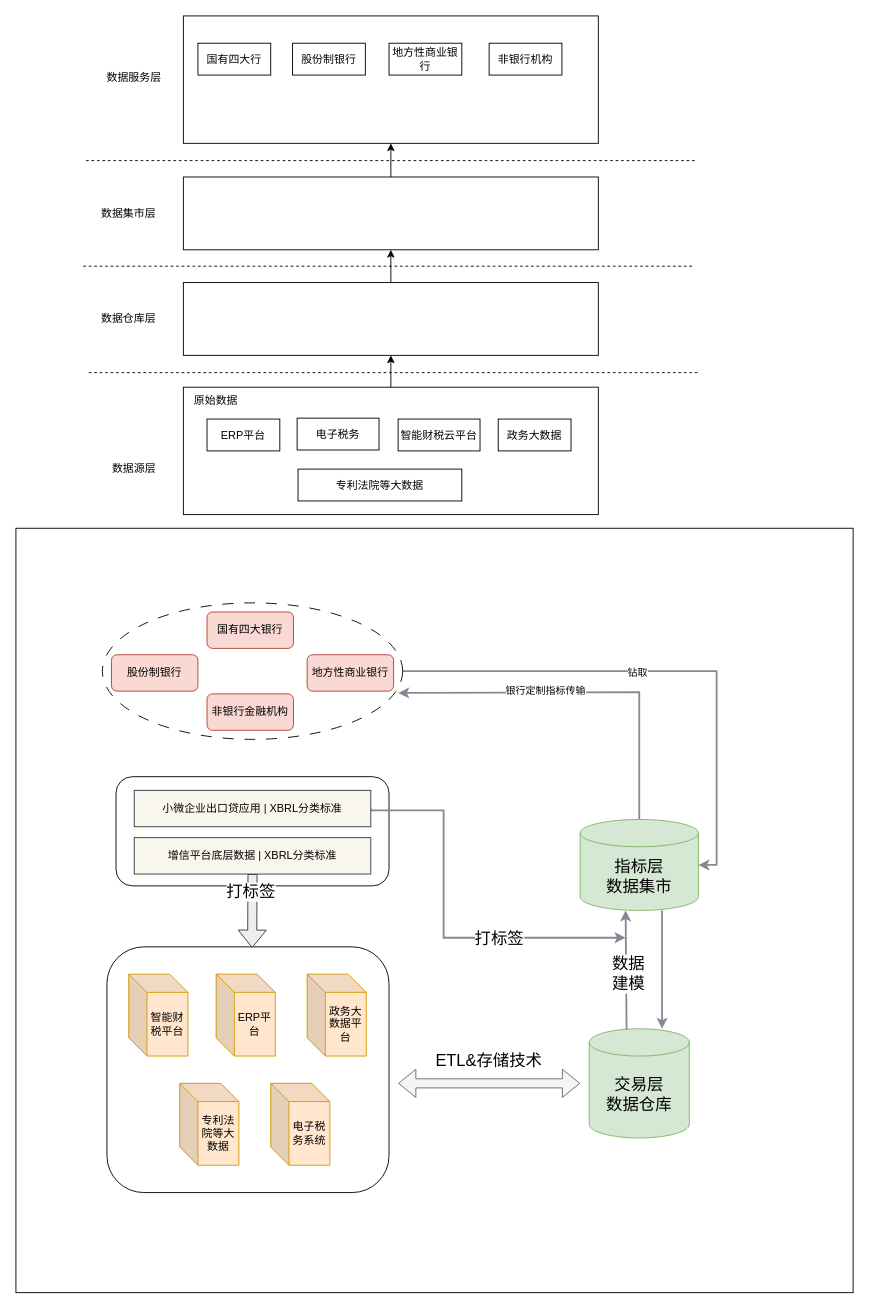
789489498/kafka-trunk keeps this draw.io diagram as page "第 13 页" (13 of 13) of 未命名绘图.drawio. Above is the earlier version. Source tidied: cells renumbered, new cells numbered last; positions are measured from the earlier drawing's top-left corner, leaving out a move shared by most shapes. Both pictures are drawn from the tidied source at 91%, with x=0, y=0 at pixel (15, 15).
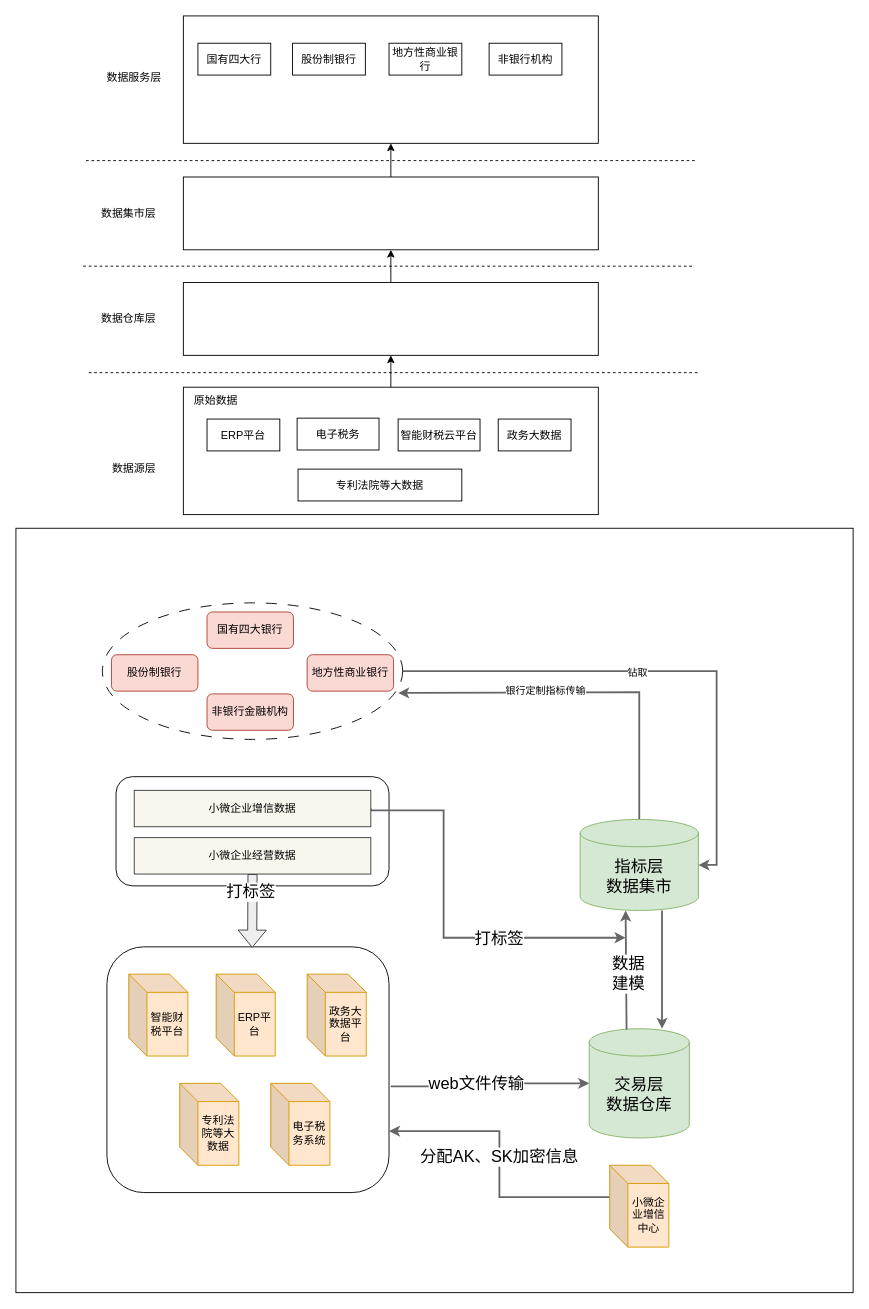
The same page after the edit.

Commit message:
更新未命名绘图.drawio

The change refers to these unchanged cells:
```xml
<mxCell id="4" style="rounded=1;whiteSpace=wrap;html=1;" parent="1" vertex="1">
  <mxGeometry x="100" y="1023" width="310" height="270" as="geometry" />
</mxCell>
<mxCell id="43" value="指标层&lt;br&gt;数据集市" style="shape=cylinder3;whiteSpace=wrap;html=1;boundedLbl=1;backgroundOutline=1;size=15;fontSize=18;fillColor=#d5e8d4;strokeColor=#82b366;" parent="1" vertex="1">
  <mxGeometry x="620" y="883" width="130" height="100" as="geometry" />
</mxCell>
<mxCell id="49" style="ellipse;whiteSpace=wrap;html=1;dashed=1;dashPattern=12 12;" parent="1" vertex="1">
  <mxGeometry x="95" y="645" width="330" height="150" as="geometry" />
</mxCell>
```

Change to the diagram source:
```diff
@@
+    <mxCell id="56" style="edgeStyle=orthogonalEdgeStyle;rounded=0;jettySize=auto;html=1;exitX=1.006;exitY=0.568;exitDx=0;exitDy=0;exitPerimeter=0;strokeWidth=2;fillColor=#f5f5f5;strokeColor=#666666;" parent="1" edge="1" source="4" target="29">
+      <mxGeometry relative="1" as="geometry" />
+    </mxCell>
+    <mxCell id="57" value="web文件传输" style="edgeLabel;html=1;align=center;verticalAlign=middle;fontSize=18;" parent="56" vertex="1">
+      <mxGeometry x="-0.15" y="3" relative="1" as="geometry" />
+    </mxCell>
@@
-    <mxCell id="29" value="交易层&lt;br style=&quot;font-size: 18px;&quot;&gt;数据仓库" style="shape=cylinder3;whiteSpace=wrap;html=1;boundedLbl=1;backgroundOutline=1;size=15;fontSize=18;fillColor=#d5e8d4;strokeColor=#82b366;" parent="1" vertex="1">
+    <mxCell id="29" value="交易层&lt;br&gt;数据仓库" style="shape=cylinder3;whiteSpace=wrap;html=1;boundedLbl=1;backgroundOutline=1;size=15;fontSize=18;fillColor=#d5e8d4;strokeColor=#82b366;" parent="1" vertex="1">
       <mxGeometry x="630" y="1113" width="110" height="120" as="geometry" />
     </mxCell>
@@
-    <mxCell id="35" style="edgeStyle=orthogonalEdgeStyle;rounded=0;jettySize=auto;html=1;exitX=1;exitY=0.5;exitDx=0;exitDy=0;fontSize=18;strokeWidth=2;fillColor=#eeeeee;strokeColor=#838A94;" parent="1" edge="1" source="37">
+    <mxCell id="35" style="edgeStyle=orthogonalEdgeStyle;rounded=0;jettySize=auto;html=1;exitX=1;exitY=0.5;exitDx=0;exitDy=0;fontSize=18;strokeWidth=2;fillColor=#f5f5f5;strokeColor=#666666;" parent="1" edge="1" source="37">
       <mxGeometry relative="1" as="geometry">
         <mxPoint x="670" y="1013" as="targetPoint" />
         <Array as="points">
           <mxPoint x="470" y="873" />
           <mxPoint x="470" y="1013" />
         </Array>
       </mxGeometry>
     </mxCell>
@@
-    <mxCell id="37" value="小微企业出口贷应用 | XBRL分类标准" style="rounded=0;whiteSpace=wrap;html=1;fillColor=#f9f7ed;strokeColor=#36393d;" parent="1" vertex="1">
+    <mxCell id="37" value="小微企业增信数据" style="rounded=0;whiteSpace=wrap;html=1;fillColor=#f9f7ed;strokeColor=#36393d;" parent="1" vertex="1">
       <mxGeometry x="130" y="851" width="260" height="40" as="geometry" />
     </mxCell>
-    <mxCell id="38" value="增信平台底层数据 | XBRL分类标准" style="rounded=0;whiteSpace=wrap;html=1;fillColor=#f9f7ed;strokeColor=#36393d;" parent="1" vertex="1">
+    <mxCell id="38" value="小微企业经营数据" style="rounded=0;whiteSpace=wrap;html=1;fillColor=#f9f7ed;strokeColor=#36393d;" parent="1" vertex="1">
       <mxGeometry x="130" y="903" width="260" height="40" as="geometry" />
     </mxCell>
-    <mxCell id="39" style="shape=flexArrow;endArrow=classic;startArrow=classic;html=1;rounded=0;fillColor=#f5f5f5;strokeColor=#666666;" parent="1" edge="1">
-      <mxGeometry relative="1" as="geometry">
-        <mxPoint x="420" y="1173" as="sourcePoint" />
-        <mxPoint x="620" y="1173" as="targetPoint" />
-      </mxGeometry>
-    </mxCell>
-    <mxCell id="40" value="ETL&amp;amp;存储技术" style="text;html=1;strokeColor=none;fillColor=none;align=center;verticalAlign=middle;whiteSpace=wrap;rounded=0;fontSize=18;" parent="1" vertex="1">
-      <mxGeometry x="450" y="1133" width="140" height="30" as="geometry" />
-    </mxCell>
-    <mxCell id="41" style="edgeStyle=orthogonalEdgeStyle;rounded=0;jettySize=auto;html=1;exitX=0.5;exitY=0;exitDx=0;exitDy=0;exitPerimeter=0;entryX=0.985;entryY=0.66;entryDx=0;entryDy=0;entryPerimeter=0;strokeWidth=2;fillColor=#eeeeee;strokeColor=#838A94;" parent="1" edge="1" source="43" target="49">
+    <mxCell id="41" style="edgeStyle=orthogonalEdgeStyle;rounded=0;jettySize=auto;html=1;exitX=0.5;exitY=0;exitDx=0;exitDy=0;exitPerimeter=0;entryX=0.985;entryY=0.66;entryDx=0;entryDy=0;entryPerimeter=0;strokeWidth=2;fillColor=#f5f5f5;strokeColor=#666666;" parent="1" edge="1" source="43" target="49">
       <mxGeometry relative="1" as="geometry">
         <Array as="points">
           <mxPoint x="685" y="743" />
         </Array>
       </mxGeometry>
     </mxCell>
@@
-    <mxCell id="44" style="endArrow=classic;html=1;rounded=0;entryX=0.762;entryY=1.03;entryDx=0;entryDy=0;entryPerimeter=0;exitX=0.373;exitY=0.008;exitDx=0;exitDy=0;exitPerimeter=0;strokeWidth=2;fillColor=#eeeeee;strokeColor=#838A94;" parent="1" edge="1" source="29">
+    <mxCell id="44" style="endArrow=classic;html=1;rounded=0;entryX=0.762;entryY=1.03;entryDx=0;entryDy=0;entryPerimeter=0;exitX=0.373;exitY=0.008;exitDx=0;exitDy=0;exitPerimeter=0;strokeWidth=2;fillColor=#f5f5f5;strokeColor=#666666;" parent="1" edge="1" source="29">
       <mxGeometry relative="1" as="geometry">
         <mxPoint x="670" y="983" as="targetPoint" />
       </mxGeometry>
     </mxCell>
@@
-    <mxCell id="46" style="endArrow=classic;html=1;rounded=0;strokeWidth=2;fillColor=#eeeeee;strokeColor=#838A94;" parent="1" edge="1">
+    <mxCell id="46" style="endArrow=classic;html=1;rounded=0;strokeWidth=2;fillColor=#f5f5f5;strokeColor=#666666;" parent="1" edge="1">
       <mxGeometry relative="1" as="geometry">
         <mxPoint x="710" y="983" as="sourcePoint" />
         <mxPoint x="710" y="1113" as="targetPoint" />
       </mxGeometry>
     </mxCell>
-    <mxCell id="47" style="edgeStyle=orthogonalEdgeStyle;rounded=0;jettySize=auto;html=1;exitX=1;exitY=0.5;exitDx=0;exitDy=0;entryX=1;entryY=0.5;entryDx=0;entryDy=0;entryPerimeter=0;strokeWidth=2;fillColor=#eeeeee;strokeColor=#838A94;" parent="1" edge="1" source="49" target="43">
+    <mxCell id="47" style="edgeStyle=orthogonalEdgeStyle;rounded=0;jettySize=auto;html=1;exitX=1;exitY=0.5;exitDx=0;exitDy=0;entryX=1;entryY=0.5;entryDx=0;entryDy=0;entryPerimeter=0;strokeWidth=2;fillColor=#f5f5f5;strokeColor=#666666;" parent="1" edge="1" source="49" target="43">
       <mxGeometry relative="1" as="geometry" />
     </mxCell>
@@
+    <mxCell id="58" style="edgeStyle=orthogonalEdgeStyle;rounded=0;jettySize=auto;html=1;exitX=0;exitY=0;exitDx=0;exitDy=35;exitPerimeter=0;entryX=1;entryY=0.75;entryDx=0;entryDy=0;strokeWidth=2;fillColor=#f5f5f5;strokeColor=#666666;" parent="1" edge="1" source="60" target="4">
+      <mxGeometry relative="1" as="geometry" />
+    </mxCell>
+    <mxCell id="59" value="分配AK、SK加密信息" style="edgeLabel;html=1;align=center;verticalAlign=middle;fontSize=18;" parent="58" vertex="1">
+      <mxGeometry x="0.36" y="1" relative="1" as="geometry">
+        <mxPoint x="19" y="27" as="offset" />
+      </mxGeometry>
+    </mxCell>
+    <mxCell id="60" value="小微企业增信中心" style="shape=cube;whiteSpace=wrap;html=1;boundedLbl=1;backgroundOutline=1;darkOpacity=0.05;darkOpacity2=0.1;fillColor=#ffe6cc;strokeColor=#d79b00;" parent="1" vertex="1">
+      <mxGeometry x="652.5" y="1263" width="65" height="90" as="geometry" />
+    </mxCell>
```
